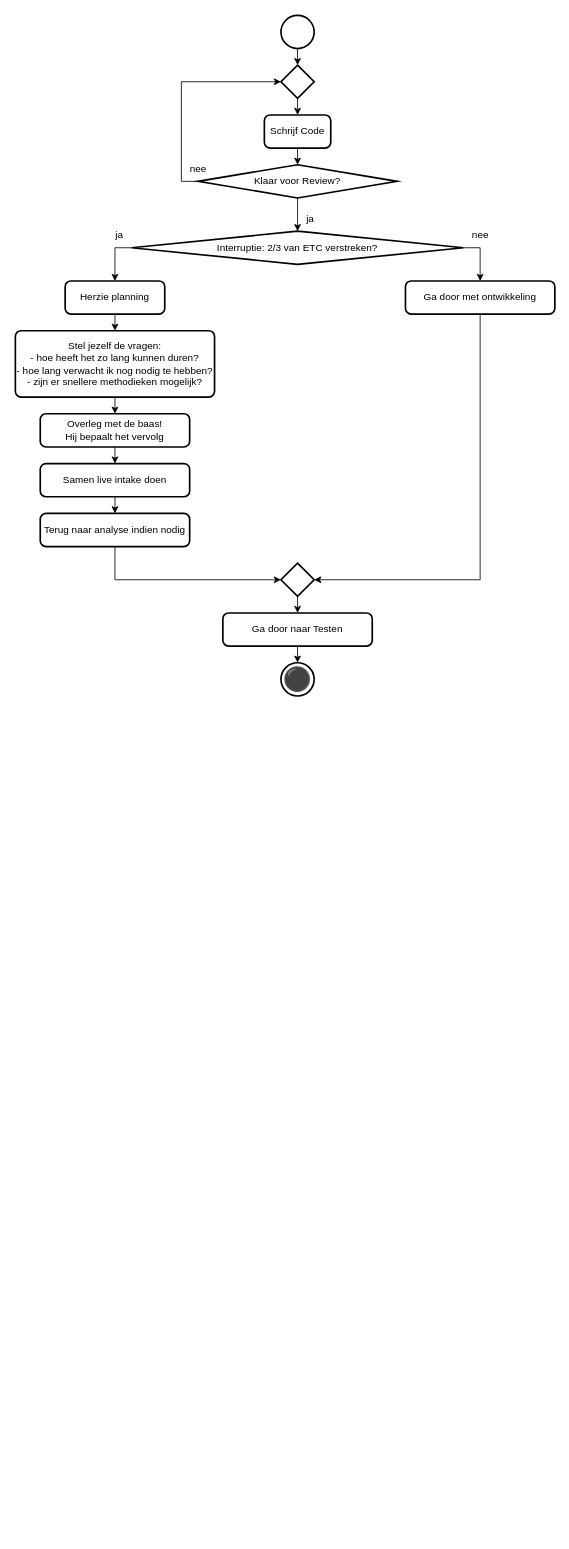
Earlier version of the draw.io diagram 4 Issue Tracker implementatie.drawio (Zaibatsu89/IssueTracker). Source tidied: cells renumbered, new cells numbered last; positions are measured from the earlier drawing's top-left corner, leaving out a move shared by most shapes. Both pictures are drawn from the tidied source at 83%, with x=0, y=0 at pixel (15, 15).
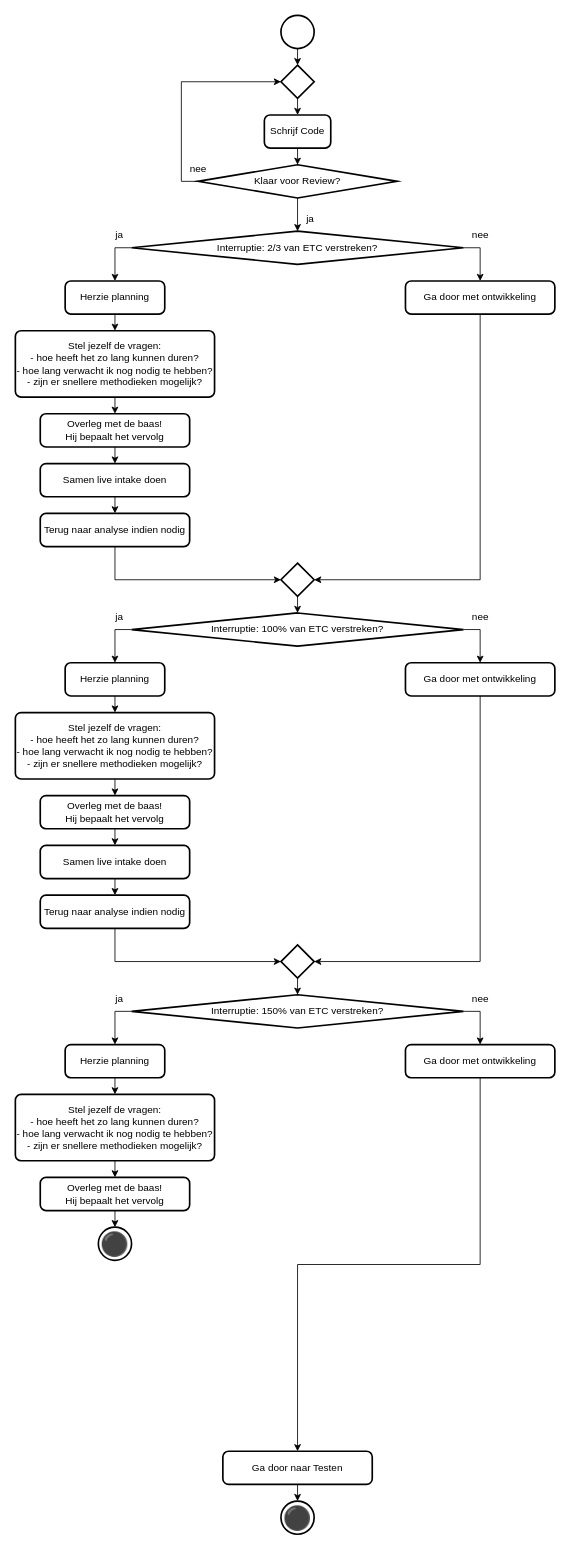
The same page after the edit.

Commit message:
flowchart bevat nog niet de overlegmomenten

Unchanged cells that the change refers to:
```xml
<mxCell id="23" style="strokeWidth=2;html=1;shape=mxgraph.flowchart.decision;whiteSpace=wrap;" parent="1" vertex="1">
  <mxGeometry x="320" y="660" width="40" height="40" as="geometry" />
</mxCell>
```

The edit, as a diff of the source:
```diff
@@
-    <mxCell id="22" style="edgeStyle=orthogonalEdgeStyle;rounded=0;jettySize=auto;html=1;exitX=0.5;exitY=1;exitDx=0;exitDy=0;exitPerimeter=0;entryX=0.5;entryY=0;entryDx=0;entryDy=0;" parent="1" edge="1" source="23" target="26">
-      <mxGeometry relative="1" as="geometry" />
-    </mxCell>
@@
     <mxCell id="26" value="Ga door naar Testen" style="rounded=1;whiteSpace=wrap;html=1;absoluteArcSize=1;arcSize=14;strokeWidth=2;" parent="1" vertex="1">
-      <mxGeometry x="250" y="720" width="180" height="40" as="geometry" />
+      <mxGeometry x="250" y="1730" width="180" height="40" as="geometry" />
     </mxCell>
     <mxCell id="27" value="⚫" style="strokeWidth=2;html=1;shape=mxgraph.flowchart.start_2;whiteSpace=wrap;fontSize=28;" parent="1" vertex="1">
-      <mxGeometry x="320" y="780" width="40" height="40" as="geometry" />
+      <mxGeometry x="320" y="1790" width="40" height="40" as="geometry" />
     </mxCell>
@@
+    <mxCell id="35" style="edgeStyle=orthogonalEdgeStyle;rounded=0;jettySize=auto;html=1;exitX=0;exitY=0.5;exitDx=0;exitDy=0;exitPerimeter=0;entryX=0.5;entryY=0;entryDx=0;entryDy=0;" parent="1" edge="1" source="37" target="39">
+      <mxGeometry relative="1" as="geometry" />
+    </mxCell>
+    <mxCell id="36" style="edgeStyle=orthogonalEdgeStyle;rounded=0;jettySize=auto;html=1;exitX=1;exitY=0.5;exitDx=0;exitDy=0;exitPerimeter=0;entryX=0.5;entryY=0;entryDx=0;entryDy=0;" parent="1" edge="1" source="37" target="50">
+      <mxGeometry relative="1" as="geometry" />
+    </mxCell>
+    <mxCell id="37" value="Interruptie: 100% van ETC verstreken?" style="strokeWidth=2;html=1;shape=mxgraph.flowchart.decision;whiteSpace=wrap;" parent="1" vertex="1">
+      <mxGeometry x="140" y="720" width="400" height="40" as="geometry" />
+    </mxCell>
+    <mxCell id="38" style="edgeStyle=orthogonalEdgeStyle;rounded=0;jettySize=auto;html=1;exitX=0.5;exitY=1;exitDx=0;exitDy=0;entryX=0.5;entryY=0;entryDx=0;entryDy=0;" parent="1" edge="1" source="39">
+      <mxGeometry relative="1" as="geometry">
+        <mxPoint x="120" y="840" as="targetPoint" />
+      </mxGeometry>
+    </mxCell>
+    <mxCell id="39" value="Herzie planning" style="rounded=1;whiteSpace=wrap;html=1;absoluteArcSize=1;arcSize=14;strokeWidth=2;" parent="1" vertex="1">
+      <mxGeometry x="60" y="780" width="120" height="40" as="geometry" />
+    </mxCell>
+    <mxCell id="40" value="Terug naar analyse indien nodig" style="rounded=1;whiteSpace=wrap;html=1;absoluteArcSize=1;arcSize=14;strokeWidth=2;" parent="1" vertex="1">
+      <mxGeometry x="30" y="1060" width="180" height="40" as="geometry" />
+    </mxCell>
+    <mxCell id="41" style="strokeWidth=2;html=1;shape=mxgraph.flowchart.decision;whiteSpace=wrap;" parent="1" vertex="1">
+      <mxGeometry x="320" y="1120" width="40" height="40" as="geometry" />
+    </mxCell>
+    <mxCell id="42" style="edgeStyle=orthogonalEdgeStyle;rounded=0;jettySize=auto;html=1;exitX=0.5;exitY=1;exitDx=0;exitDy=0;entryX=0;entryY=0.5;entryDx=0;entryDy=0;entryPerimeter=0;" parent="1" edge="1" source="40" target="41">
+      <mxGeometry relative="1" as="geometry" />
+    </mxCell>
+    <mxCell id="43" style="edgeStyle=orthogonalEdgeStyle;rounded=0;jettySize=auto;html=1;exitX=0.5;exitY=1;exitDx=0;exitDy=0;entryX=0.5;entryY=0;entryDx=0;entryDy=0;" parent="1" edge="1" target="45">
+      <mxGeometry relative="1" as="geometry">
+        <mxPoint x="120" y="920" as="sourcePoint" />
+      </mxGeometry>
+    </mxCell>
+    <mxCell id="44" style="edgeStyle=orthogonalEdgeStyle;rounded=0;jettySize=auto;html=1;exitX=0.5;exitY=1;exitDx=0;exitDy=0;entryX=0.5;entryY=0;entryDx=0;entryDy=0;" parent="1" edge="1" source="45" target="47">
+      <mxGeometry relative="1" as="geometry" />
+    </mxCell>
+    <mxCell id="45" value="Overleg met de baas!&lt;br&gt;Hij bepaalt het vervolg" style="rounded=1;whiteSpace=wrap;html=1;absoluteArcSize=1;arcSize=14;strokeWidth=2;" parent="1" vertex="1">
+      <mxGeometry x="30" y="940" width="180" height="40" as="geometry" />
+    </mxCell>
+    <mxCell id="46" style="edgeStyle=orthogonalEdgeStyle;rounded=0;jettySize=auto;html=1;exitX=0.5;exitY=1;exitDx=0;exitDy=0;entryX=0.5;entryY=0;entryDx=0;entryDy=0;" parent="1" edge="1" source="47" target="40">
+      <mxGeometry relative="1" as="geometry" />
+    </mxCell>
+    <mxCell id="47" value="Samen live intake doen" style="rounded=1;whiteSpace=wrap;html=1;absoluteArcSize=1;arcSize=14;strokeWidth=2;" parent="1" vertex="1">
+      <mxGeometry x="30" y="1000" width="180" height="40" as="geometry" />
+    </mxCell>
+    <mxCell id="48" style="edgeStyle=orthogonalEdgeStyle;rounded=0;jettySize=auto;html=1;exitX=0.5;exitY=1;exitDx=0;exitDy=0;exitPerimeter=0;entryX=0.5;entryY=0;entryDx=0;entryDy=0;entryPerimeter=0;" parent="1" edge="1" source="23" target="37">
+      <mxGeometry relative="1" as="geometry" />
+    </mxCell>
+    <mxCell id="49" value="Stel jezelf de vragen:&lt;div&gt;- hoe heeft het zo lang kunnen duren?&lt;/div&gt;&lt;div&gt;- hoe lang verwacht ik nog nodig te hebben?&lt;/div&gt;&lt;div&gt;- zijn er snellere methodieken mogelijk?&lt;/div&gt;" style="rounded=1;whiteSpace=wrap;html=1;absoluteArcSize=1;arcSize=14;strokeWidth=2;" parent="1" vertex="1">
+      <mxGeometry y="840" width="240" height="80" as="geometry" />
+    </mxCell>
+    <mxCell id="50" value="Ga door met ontwikkeling" style="rounded=1;whiteSpace=wrap;html=1;absoluteArcSize=1;arcSize=14;strokeWidth=2;" parent="1" vertex="1">
+      <mxGeometry x="470" y="780" width="180" height="40" as="geometry" />
+    </mxCell>
+    <mxCell id="51" style="edgeStyle=orthogonalEdgeStyle;rounded=0;jettySize=auto;html=1;exitX=0.5;exitY=1;exitDx=0;exitDy=0;entryX=1;entryY=0.5;entryDx=0;entryDy=0;entryPerimeter=0;" parent="1" edge="1" source="50" target="41">
+      <mxGeometry relative="1" as="geometry" />
+    </mxCell>
+    <mxCell id="52" value="ja" style="text;html=1;align=center;verticalAlign=middle;strokeColor=none;fillColor=none;" parent="1" vertex="1">
+      <mxGeometry x="110" y="710" width="30" height="30" as="geometry" />
+    </mxCell>
+    <mxCell id="53" value="nee" style="text;html=1;align=center;verticalAlign=middle;strokeColor=none;fillColor=none;" parent="1" vertex="1">
+      <mxGeometry x="540" y="710" width="40" height="30" as="geometry" />
+    </mxCell>
+    <mxCell id="54" style="edgeStyle=orthogonalEdgeStyle;rounded=0;jettySize=auto;html=1;exitX=0;exitY=0.5;exitDx=0;exitDy=0;exitPerimeter=0;entryX=0.5;entryY=0;entryDx=0;entryDy=0;" parent="1" edge="1" source="56" target="58">
+      <mxGeometry relative="1" as="geometry" />
+    </mxCell>
+    <mxCell id="55" style="edgeStyle=orthogonalEdgeStyle;rounded=0;jettySize=auto;html=1;exitX=1;exitY=0.5;exitDx=0;exitDy=0;exitPerimeter=0;entryX=0.5;entryY=0;entryDx=0;entryDy=0;" parent="1" edge="1" source="56" target="64">
+      <mxGeometry relative="1" as="geometry" />
+    </mxCell>
+    <mxCell id="56" value="Interruptie: 150% van ETC verstreken?" style="strokeWidth=2;html=1;shape=mxgraph.flowchart.decision;whiteSpace=wrap;" parent="1" vertex="1">
+      <mxGeometry x="140" y="1180" width="400" height="40" as="geometry" />
+    </mxCell>
+    <mxCell id="57" style="edgeStyle=orthogonalEdgeStyle;rounded=0;jettySize=auto;html=1;exitX=0.5;exitY=1;exitDx=0;exitDy=0;entryX=0.5;entryY=0;entryDx=0;entryDy=0;" parent="1" edge="1" source="58">
+      <mxGeometry relative="1" as="geometry">
+        <mxPoint x="120" y="1300" as="targetPoint" />
+      </mxGeometry>
+    </mxCell>
+    <mxCell id="58" value="Herzie planning" style="rounded=1;whiteSpace=wrap;html=1;absoluteArcSize=1;arcSize=14;strokeWidth=2;" parent="1" vertex="1">
+      <mxGeometry x="60" y="1240" width="120" height="40" as="geometry" />
+    </mxCell>
+    <mxCell id="59" style="edgeStyle=orthogonalEdgeStyle;rounded=0;jettySize=auto;html=1;exitX=0.5;exitY=1;exitDx=0;exitDy=0;entryX=0.5;entryY=0;entryDx=0;entryDy=0;" parent="1" edge="1" target="61">
+      <mxGeometry relative="1" as="geometry">
+        <mxPoint x="120" y="1380" as="sourcePoint" />
+      </mxGeometry>
+    </mxCell>
+    <mxCell id="60" style="edgeStyle=orthogonalEdgeStyle;rounded=0;jettySize=auto;html=1;exitX=0.5;exitY=1;exitDx=0;exitDy=0;entryX=0.5;entryY=0;entryDx=0;entryDy=0;" parent="1" edge="1" source="61">
+      <mxGeometry relative="1" as="geometry">
+        <mxPoint x="120" y="1460" as="targetPoint" />
+      </mxGeometry>
+    </mxCell>
+    <mxCell id="61" value="Overleg met de baas!&lt;br&gt;Hij bepaalt het vervolg" style="rounded=1;whiteSpace=wrap;html=1;absoluteArcSize=1;arcSize=14;strokeWidth=2;" parent="1" vertex="1">
+      <mxGeometry x="30" y="1400" width="180" height="40" as="geometry" />
+    </mxCell>
+    <mxCell id="62" value="Stel jezelf de vragen:&lt;div&gt;- hoe heeft het zo lang kunnen duren?&lt;/div&gt;&lt;div&gt;- hoe lang verwacht ik nog nodig te hebben?&lt;/div&gt;&lt;div&gt;- zijn er snellere methodieken mogelijk?&lt;/div&gt;" style="rounded=1;whiteSpace=wrap;html=1;absoluteArcSize=1;arcSize=14;strokeWidth=2;" parent="1" vertex="1">
+      <mxGeometry y="1300" width="240" height="80" as="geometry" />
+    </mxCell>
+    <mxCell id="63" style="edgeStyle=orthogonalEdgeStyle;rounded=0;jettySize=auto;html=1;exitX=0.5;exitY=1;exitDx=0;exitDy=0;entryX=0.5;entryY=0;entryDx=0;entryDy=0;" parent="1" edge="1" source="64" target="26">
+      <mxGeometry relative="1" as="geometry" />
+    </mxCell>
+    <mxCell id="64" value="Ga door met ontwikkeling" style="rounded=1;whiteSpace=wrap;html=1;absoluteArcSize=1;arcSize=14;strokeWidth=2;" parent="1" vertex="1">
+      <mxGeometry x="470" y="1240" width="180" height="40" as="geometry" />
+    </mxCell>
+    <mxCell id="65" value="ja" style="text;html=1;align=center;verticalAlign=middle;strokeColor=none;fillColor=none;" parent="1" vertex="1">
+      <mxGeometry x="110" y="1170" width="30" height="30" as="geometry" />
+    </mxCell>
+    <mxCell id="66" value="nee" style="text;html=1;align=center;verticalAlign=middle;strokeColor=none;fillColor=none;" parent="1" vertex="1">
+      <mxGeometry x="540" y="1170" width="40" height="30" as="geometry" />
+    </mxCell>
+    <mxCell id="67" value="⚫" style="strokeWidth=2;html=1;shape=mxgraph.flowchart.start_2;whiteSpace=wrap;fontSize=28;" parent="1" vertex="1">
+      <mxGeometry x="100" y="1460" width="40" height="40" as="geometry" />
+    </mxCell>
+    <mxCell id="68" style="edgeStyle=orthogonalEdgeStyle;rounded=0;jettySize=auto;html=1;exitX=0.5;exitY=1;exitDx=0;exitDy=0;exitPerimeter=0;entryX=0.5;entryY=0;entryDx=0;entryDy=0;entryPerimeter=0;" parent="1" edge="1" source="41" target="56">
+      <mxGeometry relative="1" as="geometry" />
+    </mxCell>
```
